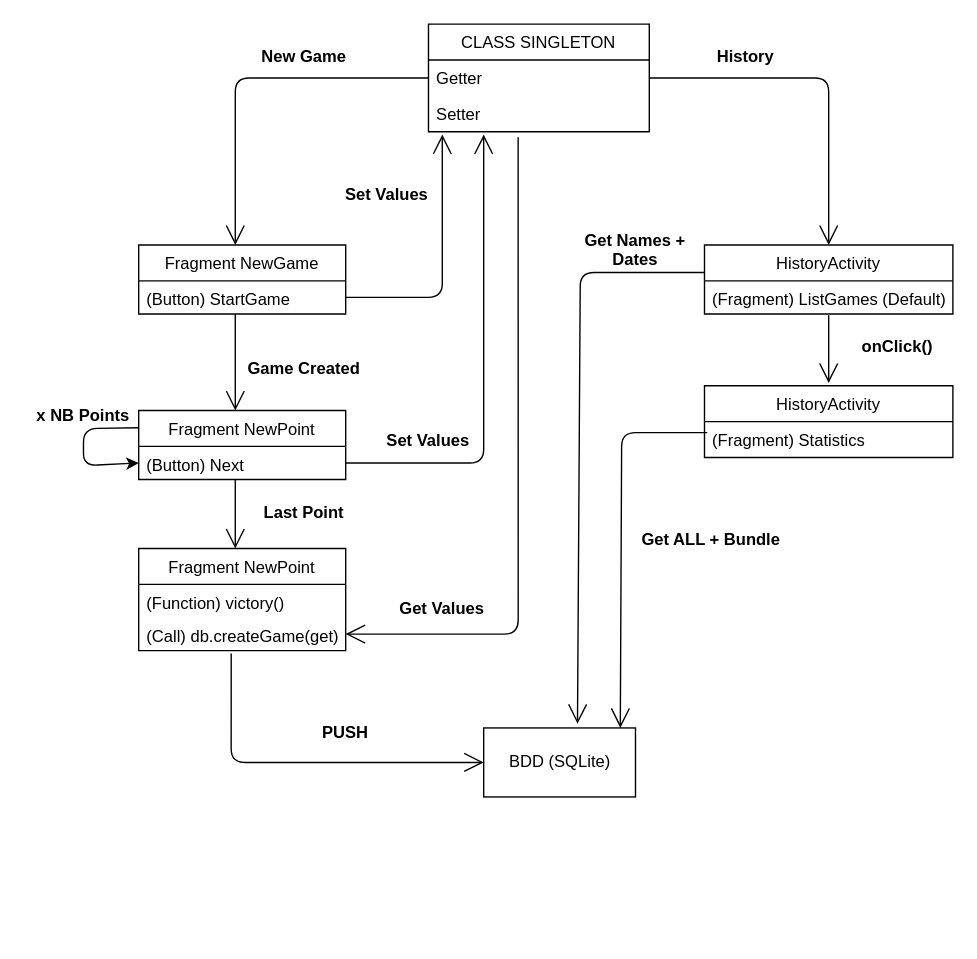
VictorQdt/ING_4 keeps this draw.io diagram as SEM2/MobileProg/PingPong/Back-End.drawio. Above is the earlier version. Source tidied: cells renumbered, new cells numbered last; positions are measured from the earlier drawing's top-left corner, leaving out a move shared by most shapes. Both pictures are drawn from the tidied source at 138%, with x=0, y=0 at pixel (28, 23).
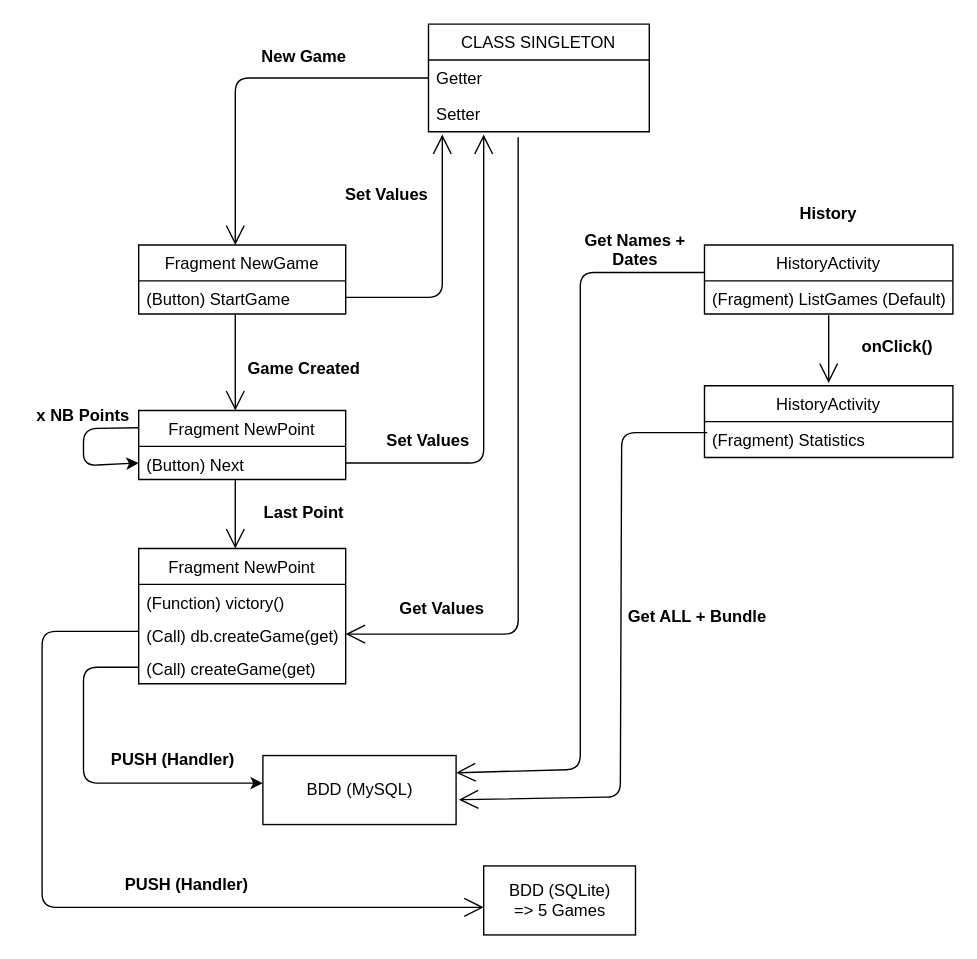
The same diagram, later.

Unchanged cells that the change refers to:
```xml
<mxCell id="3" value="Getter" style="text;strokeColor=none;fillColor=none;align=left;verticalAlign=top;spacingLeft=4;spacingRight=4;overflow=hidden;points=[[0,0.5],[1,0.5]];portConstraint=eastwest;" parent="2" vertex="1">
  <mxGeometry y="26" width="160" height="26" as="geometry" />
</mxCell>
<mxCell id="28" value="(Call) db.createGame(get) " style="text;strokeColor=none;fillColor=none;align=left;verticalAlign=top;spacingLeft=4;spacingRight=4;overflow=hidden;points=[[0,0.5],[1,0.5]];portConstraint=eastwest;" parent="26" vertex="1">
  <mxGeometry y="50" width="150" height="24" as="geometry" />
</mxCell>
```

What changed in the source:
```diff
@@
-    <mxCell id="17" style="endArrow=open;endFill=1;endSize=12;html=1;" parent="1" edge="1" source="3">
-      <mxGeometry relative="1" as="geometry">
-        <mxPoint x="580" y="160" as="targetPoint" />
-        <Array as="points">
-          <mxPoint x="580" y="39" />
-        </Array>
-      </mxGeometry>
-    </mxCell>
@@
     <mxCell id="23" value="History" style="text;align=center;fontStyle=1;verticalAlign=middle;spacingLeft=3;spacingRight=3;strokeColor=none;" parent="1" vertex="1">
-      <mxGeometry x="480" y="10" width="80" height="26" as="geometry" />
+      <mxGeometry x="540" y="124" width="80" height="26" as="geometry" />
     </mxCell>
@@
     <mxCell id="26" value="Fragment NewPoint" style="swimlane;fontStyle=0;horizontal=1;startSize=26;fillColor=none;" parent="1" vertex="1">
-      <mxGeometry x="80" y="380" width="150" height="74" as="geometry" />
+      <mxGeometry x="80" y="380" width="150" height="98" as="geometry" />
     </mxCell>
@@
+    <mxCell id="41" value="(Call) createGame(get) " style="text;strokeColor=none;fillColor=none;align=left;verticalAlign=top;spacingLeft=4;spacingRight=4;overflow=hidden;points=[[0,0.5],[1,0.5]];portConstraint=eastwest;" parent="26" vertex="1">
+      <mxGeometry y="74" width="150" height="24" as="geometry" />
+    </mxCell>
@@
-    <mxCell id="33" value="BDD (SQLite)" style="html=1;" parent="1" vertex="1">
-      <mxGeometry x="330" y="510" width="110" height="50" as="geometry" />
+    <mxCell id="33" value="&lt;div&gt;BDD (SQLite)&lt;/div&gt;&lt;div&gt;=&amp;gt; 5 Games&lt;br&gt;&lt;/div&gt;" style="html=1;" parent="1" vertex="1">
+      <mxGeometry x="330" y="610" width="110" height="50" as="geometry" />
     </mxCell>
-    <mxCell id="34" style="endArrow=open;endFill=1;endSize=12;html=1;exitX=0.447;exitY=1.083;exitDx=0;exitDy=0;exitPerimeter=0;entryX=0;entryY=0.5;entryDx=0;entryDy=0;" parent="1" edge="1" source="28" target="33">
+    <mxCell id="34" style="endArrow=open;endFill=1;endSize=12;html=1;" parent="1" edge="1">
       <mxGeometry relative="1" as="geometry">
+        <mxPoint x="80" y="440" as="sourcePoint" />
+        <mxPoint x="330" y="640" as="targetPoint" />
         <Array as="points">
-          <mxPoint x="147" y="535" />
+          <mxPoint x="10" y="440" />
+          <mxPoint x="10" y="640" />
         </Array>
       </mxGeometry>
     </mxCell>
-    <mxCell id="35" value="PUSH" style="text;align=center;fontStyle=1;verticalAlign=middle;spacingLeft=3;spacingRight=3;strokeColor=none;" parent="1" vertex="1">
-      <mxGeometry x="190" y="500" width="80" height="26" as="geometry" />
+    <mxCell id="35" value="PUSH (Handler)" style="text;align=center;fontStyle=1;verticalAlign=middle;spacingLeft=3;spacingRight=3;strokeColor=none;" parent="1" vertex="1">
+      <mxGeometry x="70" y="610" width="90" height="26" as="geometry" />
     </mxCell>
-    <mxCell id="36" style="endArrow=open;endFill=1;endSize=12;html=1;exitX=0;exitY=0.5;exitDx=0;exitDy=0;entryX=0.618;entryY=-0.06;entryDx=0;entryDy=0;entryPerimeter=0;" parent="1" edge="1" target="33">
+    <mxCell id="36" style="endArrow=open;endFill=1;endSize=12;html=1;exitX=0;exitY=0.5;exitDx=0;exitDy=0;entryX=1;entryY=0.25;entryDx=0;entryDy=0;" parent="1" edge="1" target="43">
       <mxGeometry relative="1" as="geometry">
         <mxPoint x="490" y="180" as="sourcePoint" />
         <Array as="points">
           <mxPoint x="400" y="180" />
+          <mxPoint x="400" y="540" />
         </Array>
       </mxGeometry>
     </mxCell>
@@
-    <mxCell id="39" style="endArrow=open;endFill=1;endSize=12;html=1;exitX=0;exitY=0.5;exitDx=0;exitDy=0;entryX=0.9;entryY=0;entryDx=0;entryDy=0;entryPerimeter=0;" parent="1" edge="1" target="33">
+    <mxCell id="39" style="endArrow=open;endFill=1;endSize=12;html=1;exitX=0;exitY=0.5;exitDx=0;exitDy=0;entryX=1.014;entryY=0.64;entryDx=0;entryDy=0;entryPerimeter=0;" parent="1" edge="1" target="43">
       <mxGeometry relative="1" as="geometry">
         <mxPoint x="492" y="296" as="sourcePoint" />
         <Array as="points">
           <mxPoint x="430" y="296" />
+          <mxPoint x="429" y="560" />
         </Array>
       </mxGeometry>
     </mxCell>
     <mxCell id="40" value="Get ALL + Bundle" style="text;align=center;fontStyle=1;verticalAlign=middle;spacingLeft=3;spacingRight=3;strokeColor=none;" parent="1" vertex="1">
-      <mxGeometry x="440" y="360" width="110" height="26" as="geometry" />
+      <mxGeometry x="430" y="416" width="110" height="26" as="geometry" />
     </mxCell>
+    <mxCell id="42" style="endArrow=classic;html=1;exitX=0;exitY=0.5;exitDx=0;exitDy=0;" parent="1" edge="1" source="41">
+      <mxGeometry relative="1" as="geometry">
+        <mxPoint x="170" y="550" as="targetPoint" />
+        <Array as="points">
+          <mxPoint x="40" y="466" />
+          <mxPoint x="40" y="550" />
+        </Array>
+      </mxGeometry>
+    </mxCell>
+    <mxCell id="43" value="&lt;div&gt;BDD (MySQL)&lt;/div&gt;" style="html=1;" parent="1" vertex="1">
+      <mxGeometry x="170" y="530" width="140" height="50" as="geometry" />
+    </mxCell>
+    <mxCell id="44" value="PUSH (Handler)" style="text;align=center;fontStyle=1;verticalAlign=middle;spacingLeft=3;spacingRight=3;strokeColor=none;" parent="1" vertex="1">
+      <mxGeometry x="60" y="519" width="90" height="26" as="geometry" />
+    </mxCell>
```
